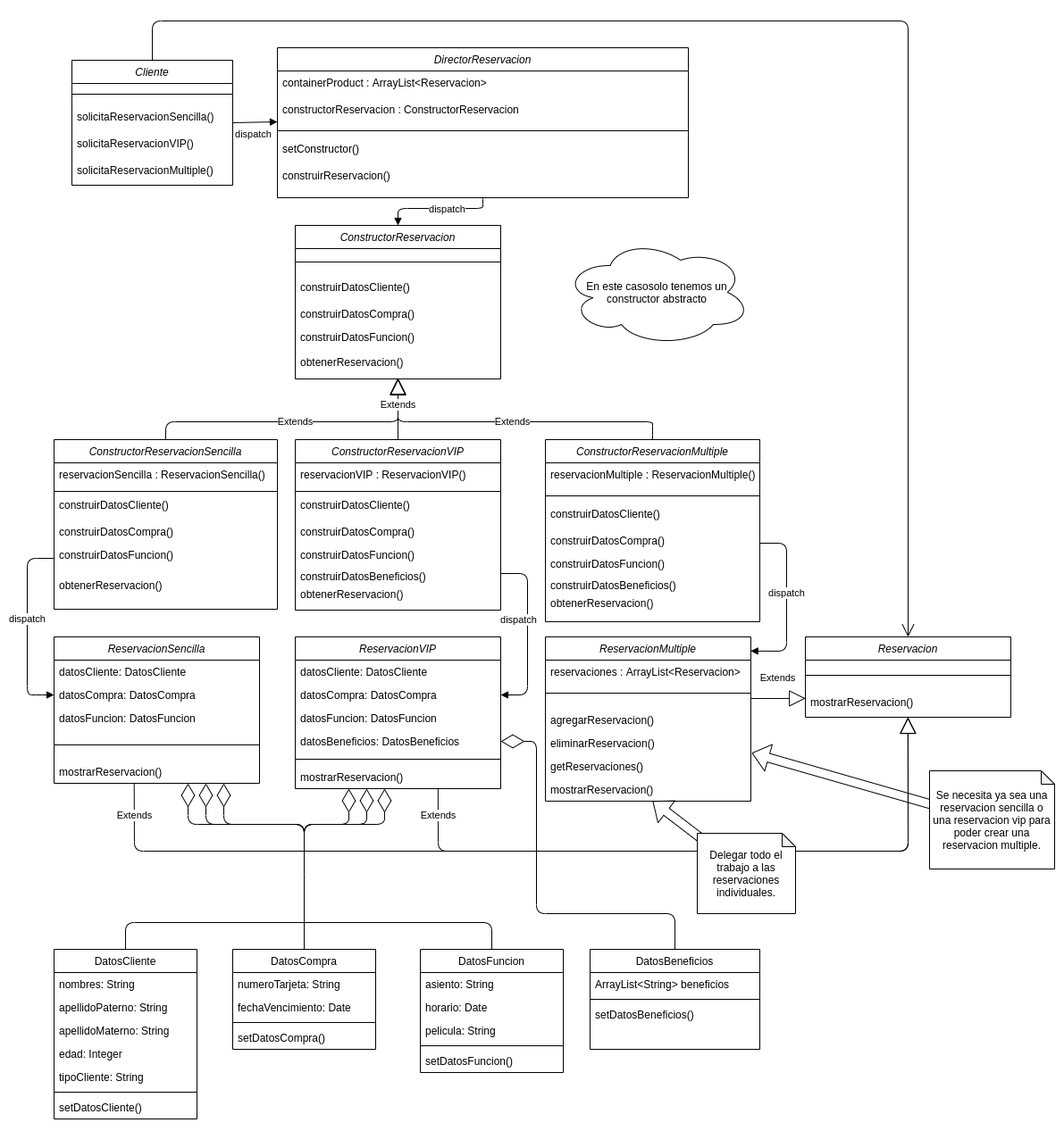
The draw.io diagram diagramas/BUILDER_COMPOSITE/png/diagrama de clase.png in Josemarialanda/PDAS-proyecto-final, before a commit. Source tidied: cells renumbered, new cells last; positions are measured from the earlier drawing's top-left corner, leaving out a move shared by most shapes.
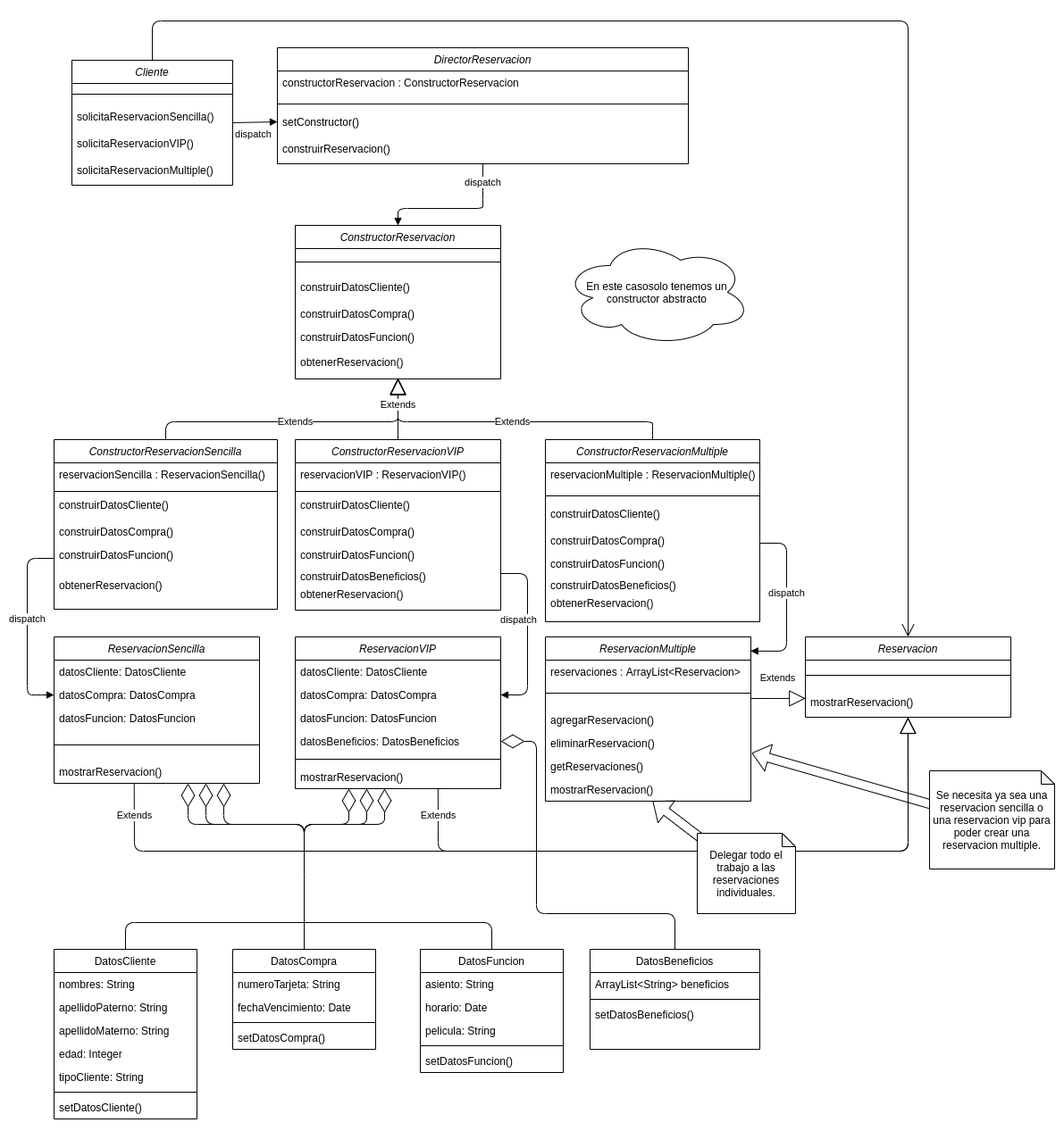
After the commit.

Commit message:
removed containerProduct diagrama de clase patron 3

What changed in the source:
```diff
@@ -18,22 +18,19 @@
       <mxGeometry y="110" width="180" height="30" as="geometry" />
     </mxCell>
     <mxCell id="7" value="DirectorReservacion" style="swimlane;fontStyle=2;align=center;verticalAlign=top;horizontal=1;startSize=26;rounded=0;shadow=0;strokeWidth=1;" parent="1" vertex="1">
-      <mxGeometry x="280" y="30" width="460" height="168" as="geometry" />
+      <mxGeometry x="280" y="30" width="460" height="130" as="geometry" />
     </mxCell>
-    <mxCell id="8" value="containerProduct : ArrayList&lt;Reservacion&gt;" style="text;align=left;verticalAlign=top;spacingLeft=4;spacingRight=4;overflow=hidden;rounded=0;shadow=0;html=0;" parent="7" vertex="1">
-      <mxGeometry y="26" width="460" height="30" as="geometry" />
-    </mxCell>
     <mxCell id="9" value="constructorReservacion : ConstructorReservacion" style="text;align=left;verticalAlign=top;spacingLeft=4;spacingRight=4;overflow=hidden;rounded=0;shadow=0;html=0;" parent="7" vertex="1">
-      <mxGeometry y="56" width="460" height="30" as="geometry" />
+      <mxGeometry y="26" width="460" height="30" as="geometry" />
     </mxCell>
     <mxCell id="10" style="line;html=1;strokeWidth=1;align=left;verticalAlign=middle;spacingTop=-1;spacingLeft=3;spacingRight=3;labelPosition=right;" parent="7" vertex="1">
-      <mxGeometry y="86" width="460" height="14" as="geometry" />
+      <mxGeometry y="56" width="460" height="14" as="geometry" />
     </mxCell>
     <mxCell id="11" value="setConstructor() " style="text;align=left;verticalAlign=top;spacingLeft=4;spacingRight=4;overflow=hidden;rounded=0;shadow=0;html=0;" parent="7" vertex="1">
-      <mxGeometry y="100" width="460" height="30" as="geometry" />
+      <mxGeometry y="70" width="460" height="30" as="geometry" />
     </mxCell>
     <mxCell id="12" value="construirReservacion()" style="text;align=left;verticalAlign=top;spacingLeft=4;spacingRight=4;overflow=hidden;rounded=0;shadow=0;html=0;" parent="7" vertex="1">
-      <mxGeometry y="130" width="460" height="30" as="geometry" />
+      <mxGeometry y="100" width="460" height="30" as="geometry" />
     </mxCell>
     <mxCell id="13" value="ConstructorReservacion" style="swimlane;fontStyle=2;align=center;verticalAlign=top;horizontal=1;startSize=26;rounded=0;shadow=0;strokeWidth=1;" parent="1" vertex="1">
       <mxGeometry x="300" y="229" width="230" height="172" as="geometry" />
@@ -54,7 +51,7 @@
       <mxGeometry y="140" width="230" height="26" as="geometry" />
     </mxCell>
     <mxCell id="19" value="dispatch" style="html=1;verticalAlign=bottom;endArrow=block;exitX=0.5;exitY=1;exitDx=0;exitDy=0;entryX=0.5;entryY=0;entryDx=0;entryDy=0;" parent="1" edge="1" source="7" target="13">
-      <mxGeometry x="-0.17" y="10" relative="1" as="geometry">
+      <mxGeometry x="-0.63" relative="1" as="geometry">
         <Array as="points">
           <mxPoint x="510" y="200" />
           <mxPoint x="510" y="210" />
```
